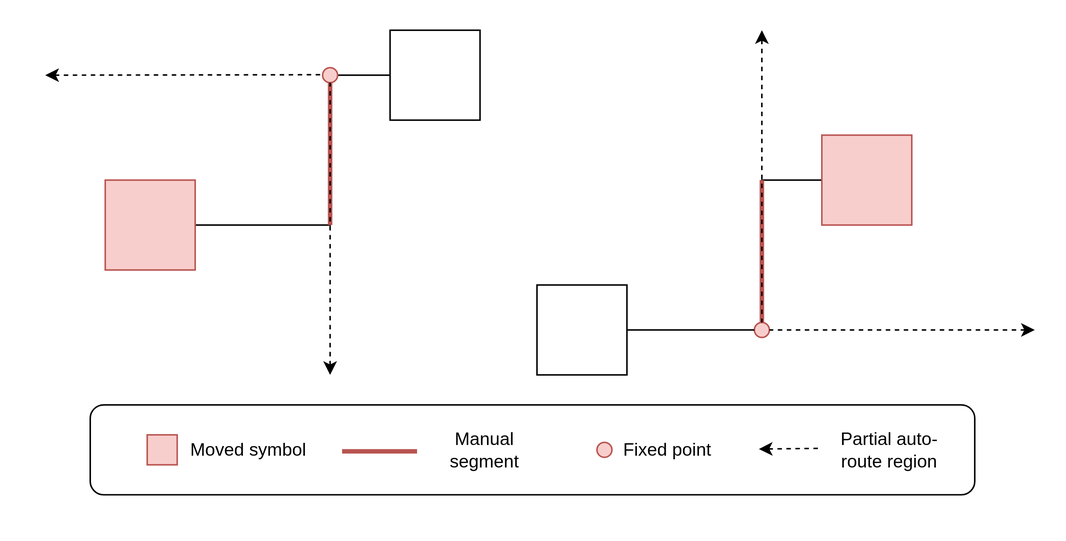
Earlier version of the draw.io export docs/img/analysis/partialAutoroute.svg (petraratkai/ISSIE_DrawBlock). Source tidied: cells renumbered, new cells last; positions are measured from the earlier drawing's top-left corner, leaving out a move shared by most shapes.
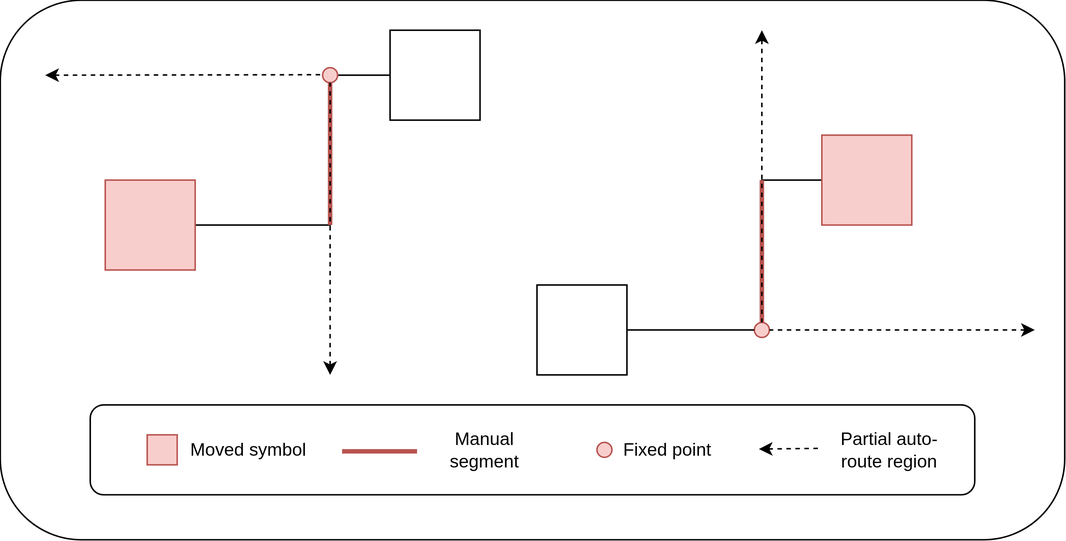
The same file after the commit.

Diff of the diagram source:
```diff
@@ -2,7 +2,7 @@
   <root>
     <mxCell id="0" />
     <mxCell id="1" parent="0" />
-    <mxCell id="2" style="rounded=1;whiteSpace=wrap;html=1;strokeColor=none;" parent="1" vertex="1">
+    <mxCell id="2" style="rounded=1;whiteSpace=wrap;html=1;strokeColor=default;gradientColor=none;" parent="1" vertex="1">
       <mxGeometry width="710" height="360" as="geometry" />
     </mxCell>
     <mxCell id="3" style="rounded=1;whiteSpace=wrap;html=1;" parent="1" vertex="1">
```
